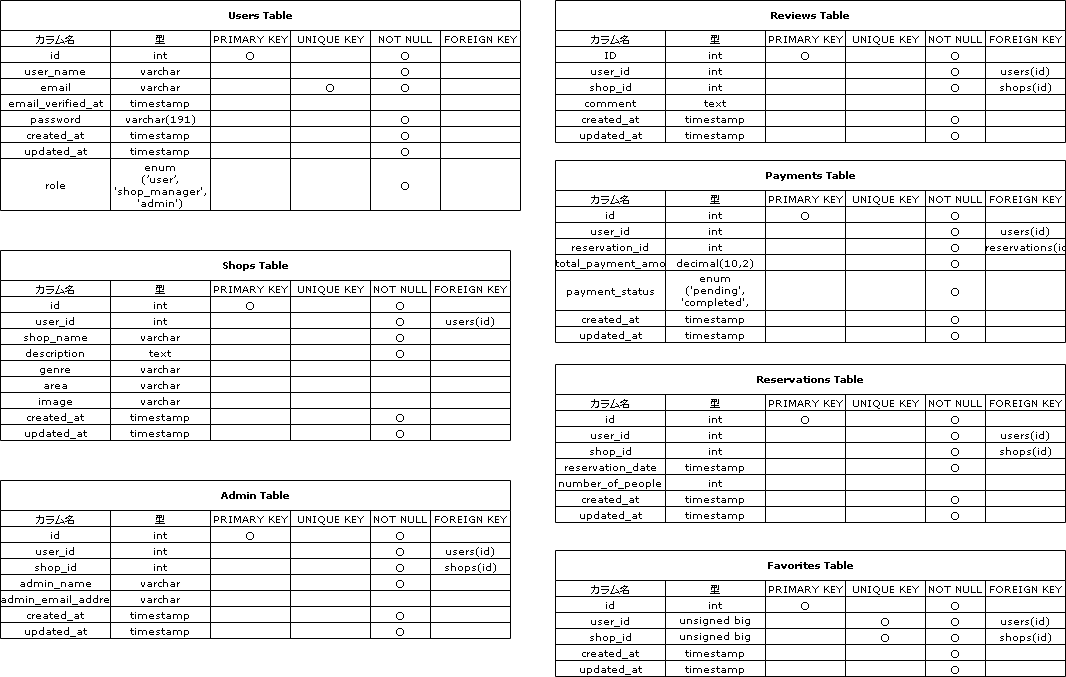
ponponmama/20240713-erika_hara-rese keeps this draw.io diagram as src/rese_table.drawio.png. Above is the earlier version. Source tidied: cells renumbered, new cells last; positions are measured from the earlier drawing's top-left corner, leaving out a move shared by most shapes.
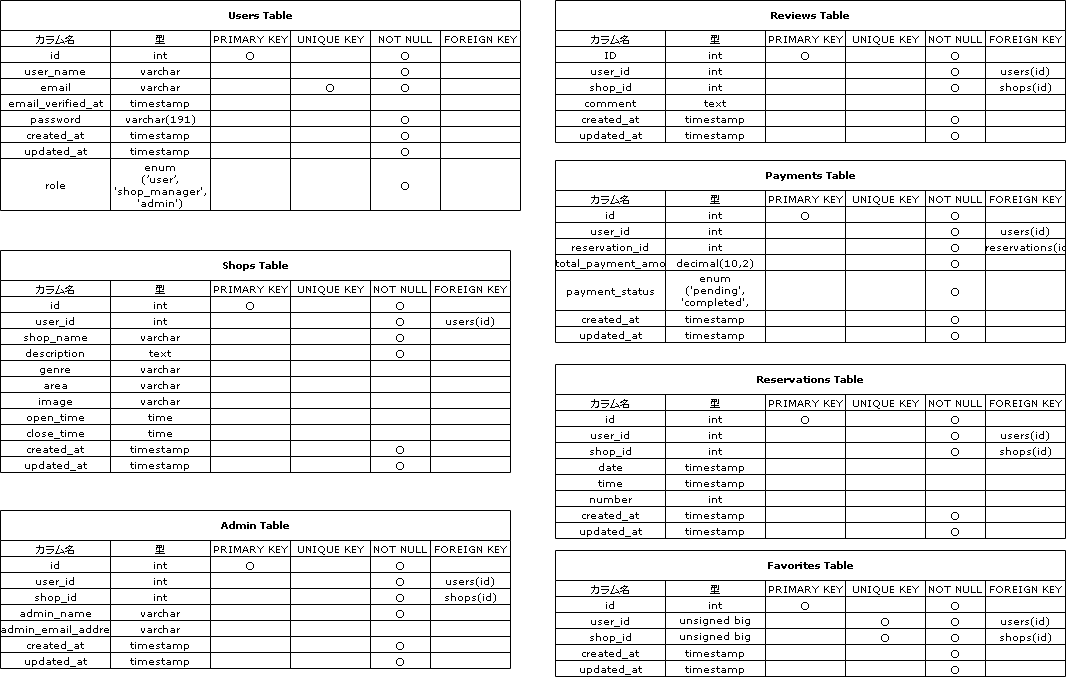
After the commit.

Change to the diagram source:
```diff
@@ -197,3 +197,3 @@
     <mxCell id="66" value="Shops Table" style="shape=table;startSize=30;fontStyle=1;align=center;fillColor=none;swimlaneFillColor=none;labelBackgroundColor=none;strokeColor=#000000;perimeterSpacing=1;fontColor=#000000;fontFamily=Verdana;spacingTop=1;spacing=0;spacingLeft=1;spacingBottom=1;spacingRight=1;fontSize=10;" parent="1" vertex="1">
-      <mxGeometry y="250" width="510" height="190" as="geometry" />
+      <mxGeometry y="250" width="510" height="222" as="geometry" />
     </mxCell>
@@ -367,4 +367,46 @@
     </mxCell>
+    <mxCell id="401" style="shape=tableRow;horizontal=0;startSize=0;swimlaneHead=0;swimlaneBody=0;top=0;left=0;bottom=0;right=0;fillColor=none;labelBackgroundColor=none;swimlaneFillColor=none;strokeColor=#000000;perimeterSpacing=1;fontColor=#000000;fontSize=10;fontFamily=Verdana;spacingTop=1;spacing=0;spacingLeft=1;spacingBottom=1;spacingRight=1;verticalAlign=middle;" parent="66" vertex="1">
+      <mxGeometry y="158" width="510" height="16" as="geometry" />
+    </mxCell>
+    <mxCell id="402" value="open_time&lt;span style=&quot;white-space: pre;&quot;&gt;&#9;&lt;/span&gt;" style="shape=partialRectangle;html=1;whiteSpace=wrap;fillColor=none;top=0;left=0;bottom=0;right=0;overflow=hidden;labelBackgroundColor=none;strokeColor=#000000;swimlaneFillColor=none;perimeterSpacing=1;fontColor=#000000;fontSize=10;fontFamily=Verdana;spacingTop=1;spacing=0;spacingLeft=1;spacingBottom=1;spacingRight=1;verticalAlign=middle;" parent="401" vertex="1">
+      <mxGeometry width="110" height="16" as="geometry" />
+    </mxCell>
+    <mxCell id="403" value="time" style="shape=partialRectangle;html=1;whiteSpace=wrap;fillColor=none;top=0;left=0;bottom=0;right=0;overflow=hidden;labelBackgroundColor=none;strokeColor=#000000;swimlaneFillColor=none;perimeterSpacing=1;fontColor=#000000;fontSize=10;fontFamily=Verdana;spacingTop=1;spacing=0;spacingLeft=1;spacingBottom=1;spacingRight=1;verticalAlign=middle;" parent="401" vertex="1">
+      <mxGeometry x="110" width="100" height="16" as="geometry" />
+    </mxCell>
+    <mxCell id="404" style="shape=partialRectangle;html=1;whiteSpace=wrap;fillColor=none;top=0;left=0;bottom=0;right=0;overflow=hidden;labelBackgroundColor=none;strokeColor=#000000;swimlaneFillColor=none;perimeterSpacing=1;fontColor=#000000;fontSize=10;fontFamily=Verdana;spacingTop=1;spacing=0;spacingLeft=1;spacingBottom=1;spacingRight=1;verticalAlign=middle;" parent="401" vertex="1">
+      <mxGeometry x="210" width="80" height="16" as="geometry" />
+    </mxCell>
+    <mxCell id="405" style="shape=partialRectangle;html=1;whiteSpace=wrap;fillColor=none;top=0;left=0;bottom=0;right=0;overflow=hidden;labelBackgroundColor=none;strokeColor=#000000;swimlaneFillColor=none;perimeterSpacing=1;fontColor=#000000;fontSize=10;fontFamily=Verdana;spacingTop=1;spacing=0;spacingLeft=1;spacingBottom=1;spacingRight=1;verticalAlign=middle;" parent="401" vertex="1">
+      <mxGeometry x="290" width="80" height="16" as="geometry" />
+    </mxCell>
+    <mxCell id="406" style="shape=partialRectangle;html=1;whiteSpace=wrap;fillColor=none;top=0;left=0;bottom=0;right=0;overflow=hidden;labelBackgroundColor=none;strokeColor=#000000;swimlaneFillColor=none;perimeterSpacing=1;fontColor=#000000;fontSize=10;fontFamily=Verdana;spacingTop=1;spacing=0;spacingLeft=1;spacingBottom=1;spacingRight=1;verticalAlign=middle;" parent="401" vertex="1">
+      <mxGeometry x="370" width="60" height="16" as="geometry" />
+    </mxCell>
+    <mxCell id="407" style="shape=partialRectangle;html=1;whiteSpace=wrap;fillColor=none;top=0;left=0;bottom=0;right=0;overflow=hidden;labelBackgroundColor=none;strokeColor=#000000;swimlaneFillColor=none;perimeterSpacing=1;fontColor=#000000;fontSize=10;fontFamily=Verdana;spacingTop=1;spacing=0;spacingLeft=1;spacingBottom=1;spacingRight=1;verticalAlign=middle;" parent="401" vertex="1">
+      <mxGeometry x="430" width="80" height="16" as="geometry" />
+    </mxCell>
+    <mxCell id="408" style="shape=tableRow;horizontal=0;startSize=0;swimlaneHead=0;swimlaneBody=0;top=0;left=0;bottom=0;right=0;fillColor=none;labelBackgroundColor=none;swimlaneFillColor=none;strokeColor=#000000;perimeterSpacing=1;fontColor=#000000;fontSize=10;fontFamily=Verdana;spacingTop=1;spacing=0;spacingLeft=1;spacingBottom=1;spacingRight=1;verticalAlign=middle;" parent="66" vertex="1">
+      <mxGeometry y="174" width="510" height="16" as="geometry" />
+    </mxCell>
+    <mxCell id="409" value="close_time" style="shape=partialRectangle;html=1;whiteSpace=wrap;fillColor=none;top=0;left=0;bottom=0;right=0;overflow=hidden;labelBackgroundColor=none;strokeColor=#000000;swimlaneFillColor=none;perimeterSpacing=1;fontColor=#000000;fontSize=10;fontFamily=Verdana;spacingTop=1;spacing=0;spacingLeft=1;spacingBottom=1;spacingRight=1;verticalAlign=middle;" parent="408" vertex="1">
+      <mxGeometry width="110" height="16" as="geometry" />
+    </mxCell>
+    <mxCell id="410" value="time" style="shape=partialRectangle;html=1;whiteSpace=wrap;fillColor=none;top=0;left=0;bottom=0;right=0;overflow=hidden;labelBackgroundColor=none;strokeColor=#000000;swimlaneFillColor=none;perimeterSpacing=1;fontColor=#000000;fontSize=10;fontFamily=Verdana;spacingTop=1;spacing=0;spacingLeft=1;spacingBottom=1;spacingRight=1;verticalAlign=middle;" parent="408" vertex="1">
+      <mxGeometry x="110" width="100" height="16" as="geometry" />
+    </mxCell>
+    <mxCell id="411" style="shape=partialRectangle;html=1;whiteSpace=wrap;fillColor=none;top=0;left=0;bottom=0;right=0;overflow=hidden;labelBackgroundColor=none;strokeColor=#000000;swimlaneFillColor=none;perimeterSpacing=1;fontColor=#000000;fontSize=10;fontFamily=Verdana;spacingTop=1;spacing=0;spacingLeft=1;spacingBottom=1;spacingRight=1;verticalAlign=middle;" parent="408" vertex="1">
+      <mxGeometry x="210" width="80" height="16" as="geometry" />
+    </mxCell>
+    <mxCell id="412" style="shape=partialRectangle;html=1;whiteSpace=wrap;fillColor=none;top=0;left=0;bottom=0;right=0;overflow=hidden;labelBackgroundColor=none;strokeColor=#000000;swimlaneFillColor=none;perimeterSpacing=1;fontColor=#000000;fontSize=10;fontFamily=Verdana;spacingTop=1;spacing=0;spacingLeft=1;spacingBottom=1;spacingRight=1;verticalAlign=middle;" parent="408" vertex="1">
+      <mxGeometry x="290" width="80" height="16" as="geometry" />
+    </mxCell>
+    <mxCell id="413" style="shape=partialRectangle;html=1;whiteSpace=wrap;fillColor=none;top=0;left=0;bottom=0;right=0;overflow=hidden;labelBackgroundColor=none;strokeColor=#000000;swimlaneFillColor=none;perimeterSpacing=1;fontColor=#000000;fontSize=10;fontFamily=Verdana;spacingTop=1;spacing=0;spacingLeft=1;spacingBottom=1;spacingRight=1;verticalAlign=middle;" parent="408" vertex="1">
+      <mxGeometry x="370" width="60" height="16" as="geometry" />
+    </mxCell>
+    <mxCell id="414" style="shape=partialRectangle;html=1;whiteSpace=wrap;fillColor=none;top=0;left=0;bottom=0;right=0;overflow=hidden;labelBackgroundColor=none;strokeColor=#000000;swimlaneFillColor=none;perimeterSpacing=1;fontColor=#000000;fontSize=10;fontFamily=Verdana;spacingTop=1;spacing=0;spacingLeft=1;spacingBottom=1;spacingRight=1;verticalAlign=middle;" parent="408" vertex="1">
+      <mxGeometry x="430" width="80" height="16" as="geometry" />
+    </mxCell>
     <mxCell id="123" style="shape=tableRow;horizontal=0;startSize=0;swimlaneHead=0;swimlaneBody=0;top=0;left=0;bottom=0;right=0;fillColor=none;labelBackgroundColor=none;swimlaneFillColor=none;strokeColor=#000000;perimeterSpacing=1;fontColor=#000000;fontSize=10;fontFamily=Verdana;spacingTop=1;spacing=0;spacingLeft=1;spacingBottom=1;spacingRight=1;" parent="66" vertex="1">
-      <mxGeometry y="158" width="510" height="16" as="geometry" />
+      <mxGeometry y="190" width="510" height="16" as="geometry" />
     </mxCell>
@@ -389,3 +431,3 @@
     <mxCell id="130" style="shape=tableRow;horizontal=0;startSize=0;swimlaneHead=0;swimlaneBody=0;top=0;left=0;bottom=0;right=0;fillColor=none;labelBackgroundColor=none;swimlaneFillColor=none;strokeColor=#000000;perimeterSpacing=1;fontColor=#000000;fontSize=10;fontFamily=Verdana;spacingTop=1;spacing=0;spacingLeft=1;spacingBottom=1;spacingRight=1;" parent="66" vertex="1">
-      <mxGeometry y="174" width="510" height="16" as="geometry" />
+      <mxGeometry y="206" width="510" height="16" as="geometry" />
     </mxCell>
@@ -410,3 +452,3 @@
     <mxCell id="137" value="Reservations Table" style="shape=table;startSize=30;fontStyle=1;align=center;fillColor=none;swimlaneFillColor=none;labelBackgroundColor=none;strokeColor=#000000;perimeterSpacing=1;fontColor=#000000;fontFamily=Verdana;spacingTop=1;spacing=0;spacingLeft=1;spacingBottom=1;spacingRight=1;fontSize=10;" parent="1" vertex="1">
-      <mxGeometry x="555" y="364" width="510" height="158" as="geometry" />
+      <mxGeometry x="555" y="364" width="510" height="174" as="geometry" />
     </mxCell>
@@ -499,3 +541,3 @@
     </mxCell>
-    <mxCell id="167" value="reservation_date&lt;span style=&quot;white-space: pre; font-size: 10px;&quot;&gt;&#9;&lt;/span&gt;" style="shape=partialRectangle;html=1;whiteSpace=wrap;fillColor=none;top=0;left=0;bottom=0;right=0;overflow=hidden;labelBackgroundColor=none;strokeColor=#000000;swimlaneFillColor=none;perimeterSpacing=1;fontColor=#000000;fontSize=10;fontFamily=Verdana;spacingTop=1;spacing=0;spacingLeft=1;spacingBottom=1;spacingRight=1;" parent="166" vertex="1">
+    <mxCell id="167" value="date&lt;span style=&quot;white-space: pre; font-size: 10px;&quot;&gt;&#9;&lt;/span&gt;" style="shape=partialRectangle;html=1;whiteSpace=wrap;fillColor=none;top=0;left=0;bottom=0;right=0;overflow=hidden;labelBackgroundColor=none;strokeColor=#000000;swimlaneFillColor=none;perimeterSpacing=1;fontColor=#000000;fontSize=10;fontFamily=Verdana;spacingTop=1;spacing=0;spacingLeft=1;spacingBottom=1;spacingRight=1;" parent="166" vertex="1">
       <mxGeometry width="110" height="16" as="geometry" />
@@ -511,3 +553,3 @@
     </mxCell>
-    <mxCell id="171" value="〇" style="shape=partialRectangle;html=1;whiteSpace=wrap;fillColor=none;top=0;left=0;bottom=0;right=0;overflow=hidden;labelBackgroundColor=none;strokeColor=#000000;swimlaneFillColor=none;perimeterSpacing=1;fontColor=#000000;fontSize=10;fontFamily=Verdana;spacingTop=1;spacing=0;spacingLeft=1;spacingBottom=1;spacingRight=1;" parent="166" vertex="1">
+    <mxCell id="171" style="shape=partialRectangle;html=1;whiteSpace=wrap;fillColor=none;top=0;left=0;bottom=0;right=0;overflow=hidden;labelBackgroundColor=none;strokeColor=#000000;swimlaneFillColor=none;perimeterSpacing=1;fontColor=#000000;fontSize=10;fontFamily=Verdana;spacingTop=1;spacing=0;spacingLeft=1;spacingBottom=1;spacingRight=1;" parent="166" vertex="1">
       <mxGeometry x="370" width="60" height="16" as="geometry" />
@@ -517,6 +559,27 @@
     </mxCell>
+    <mxCell id="415" style="shape=tableRow;horizontal=0;startSize=0;swimlaneHead=0;swimlaneBody=0;top=0;left=0;bottom=0;right=0;fillColor=none;labelBackgroundColor=none;swimlaneFillColor=none;strokeColor=#000000;perimeterSpacing=1;fontColor=#000000;fontSize=10;fontFamily=Verdana;spacingTop=1;spacing=0;spacingLeft=1;spacingBottom=1;spacingRight=1;" parent="137" vertex="1">
+      <mxGeometry y="110" width="510" height="16" as="geometry" />
+    </mxCell>
+    <mxCell id="416" value="time&lt;span style=&quot;white-space: pre;&quot;&gt;&#9;&lt;/span&gt;" style="shape=partialRectangle;html=1;whiteSpace=wrap;fillColor=none;top=0;left=0;bottom=0;right=0;overflow=hidden;labelBackgroundColor=none;strokeColor=#000000;swimlaneFillColor=none;perimeterSpacing=1;fontColor=#000000;fontSize=10;fontFamily=Verdana;spacingTop=1;spacing=0;spacingLeft=1;spacingBottom=1;spacingRight=1;" parent="415" vertex="1">
+      <mxGeometry width="110" height="16" as="geometry" />
+    </mxCell>
+    <mxCell id="417" value="timestamp" style="shape=partialRectangle;html=1;whiteSpace=wrap;fillColor=none;top=0;left=0;bottom=0;right=0;overflow=hidden;labelBackgroundColor=none;strokeColor=#000000;swimlaneFillColor=none;perimeterSpacing=1;fontColor=#000000;fontSize=10;fontFamily=Verdana;spacingTop=1;spacing=0;spacingLeft=1;spacingBottom=1;spacingRight=1;" parent="415" vertex="1">
+      <mxGeometry x="110" width="100" height="16" as="geometry" />
+    </mxCell>
+    <mxCell id="418" style="shape=partialRectangle;html=1;whiteSpace=wrap;fillColor=none;top=0;left=0;bottom=0;right=0;overflow=hidden;labelBackgroundColor=none;strokeColor=#000000;swimlaneFillColor=none;perimeterSpacing=1;fontColor=#000000;fontSize=10;fontFamily=Verdana;spacingTop=1;spacing=0;spacingLeft=1;spacingBottom=1;spacingRight=1;" parent="415" vertex="1">
+      <mxGeometry x="210" width="80" height="16" as="geometry" />
+    </mxCell>
+    <mxCell id="419" style="shape=partialRectangle;html=1;whiteSpace=wrap;fillColor=none;top=0;left=0;bottom=0;right=0;overflow=hidden;labelBackgroundColor=none;strokeColor=#000000;swimlaneFillColor=none;perimeterSpacing=1;fontColor=#000000;fontSize=10;fontFamily=Verdana;spacingTop=1;spacing=0;spacingLeft=1;spacingBottom=1;spacingRight=1;" parent="415" vertex="1">
+      <mxGeometry x="290" width="80" height="16" as="geometry" />
+    </mxCell>
+    <mxCell id="420" style="shape=partialRectangle;html=1;whiteSpace=wrap;fillColor=none;top=0;left=0;bottom=0;right=0;overflow=hidden;labelBackgroundColor=none;strokeColor=#000000;swimlaneFillColor=none;perimeterSpacing=1;fontColor=#000000;fontSize=10;fontFamily=Verdana;spacingTop=1;spacing=0;spacingLeft=1;spacingBottom=1;spacingRight=1;" parent="415" vertex="1">
+      <mxGeometry x="370" width="60" height="16" as="geometry" />
+    </mxCell>
+    <mxCell id="421" style="shape=partialRectangle;html=1;whiteSpace=wrap;fillColor=none;top=0;left=0;bottom=0;right=0;overflow=hidden;labelBackgroundColor=none;strokeColor=#000000;swimlaneFillColor=none;perimeterSpacing=1;fontColor=#000000;fontSize=10;fontFamily=Verdana;spacingTop=1;spacing=0;spacingLeft=1;spacingBottom=1;spacingRight=1;" parent="415" vertex="1">
+      <mxGeometry x="430" width="80" height="16" as="geometry" />
+    </mxCell>
     <mxCell id="173" style="shape=tableRow;horizontal=0;startSize=0;swimlaneHead=0;swimlaneBody=0;top=0;left=0;bottom=0;right=0;fillColor=none;labelBackgroundColor=none;swimlaneFillColor=none;strokeColor=#000000;perimeterSpacing=1;fontColor=#000000;fontSize=10;fontFamily=Verdana;spacingTop=1;spacing=0;spacingLeft=1;spacingBottom=1;spacingRight=1;" parent="137" vertex="1">
-      <mxGeometry y="110" width="510" height="16" as="geometry" />
+      <mxGeometry y="126" width="510" height="16" as="geometry" />
     </mxCell>
-    <mxCell id="174" value="number_of_people" style="shape=partialRectangle;html=1;whiteSpace=wrap;fillColor=none;top=0;left=0;bottom=0;right=0;overflow=hidden;labelBackgroundColor=none;strokeColor=#000000;swimlaneFillColor=none;perimeterSpacing=1;fontColor=#000000;fontSize=10;fontFamily=Verdana;spacingTop=1;spacing=0;spacingLeft=1;spacingBottom=1;spacingRight=1;" parent="173" vertex="1">
+    <mxCell id="174" value="number" style="shape=partialRectangle;html=1;whiteSpace=wrap;fillColor=none;top=0;left=0;bottom=0;right=0;overflow=hidden;labelBackgroundColor=none;strokeColor=#000000;swimlaneFillColor=none;perimeterSpacing=1;fontColor=#000000;fontSize=10;fontFamily=Verdana;spacingTop=1;spacing=0;spacingLeft=1;spacingBottom=1;spacingRight=1;" parent="173" vertex="1">
       <mxGeometry width="110" height="16" as="geometry" />
@@ -539,3 +602,3 @@
     <mxCell id="180" style="shape=tableRow;horizontal=0;startSize=0;swimlaneHead=0;swimlaneBody=0;top=0;left=0;bottom=0;right=0;fillColor=none;labelBackgroundColor=none;swimlaneFillColor=none;strokeColor=#000000;perimeterSpacing=1;fontColor=#000000;fontSize=10;fontFamily=Verdana;spacingTop=1;spacing=0;spacingLeft=1;spacingBottom=1;spacingRight=1;" parent="137" vertex="1">
-      <mxGeometry y="126" width="510" height="16" as="geometry" />
+      <mxGeometry y="142" width="510" height="16" as="geometry" />
     </mxCell>
@@ -560,3 +623,3 @@
     <mxCell id="187" style="shape=tableRow;horizontal=0;startSize=0;swimlaneHead=0;swimlaneBody=0;top=0;left=0;bottom=0;right=0;fillColor=none;labelBackgroundColor=none;swimlaneFillColor=none;strokeColor=#000000;perimeterSpacing=1;fontColor=#000000;fontSize=10;fontFamily=Verdana;spacingTop=1;spacing=0;spacingLeft=1;spacingBottom=1;spacingRight=1;" parent="137" vertex="1">
-      <mxGeometry y="142" width="510" height="16" as="geometry" />
+      <mxGeometry y="158" width="510" height="16" as="geometry" />
     </mxCell>
@@ -902,3 +965,3 @@
     <mxCell id="301" value="Admin Table" style="shape=table;startSize=30;fontStyle=1;align=center;fillColor=none;swimlaneFillColor=none;labelBackgroundColor=none;strokeColor=#000000;perimeterSpacing=1;fontColor=#000000;fontFamily=Verdana;spacingTop=1;spacing=0;spacingLeft=1;spacingBottom=1;spacingRight=1;fontSize=10;" parent="1" vertex="1">
-      <mxGeometry y="480" width="510" height="158" as="geometry" />
+      <mxGeometry y="510" width="510" height="158" as="geometry" />
     </mxCell>
```
